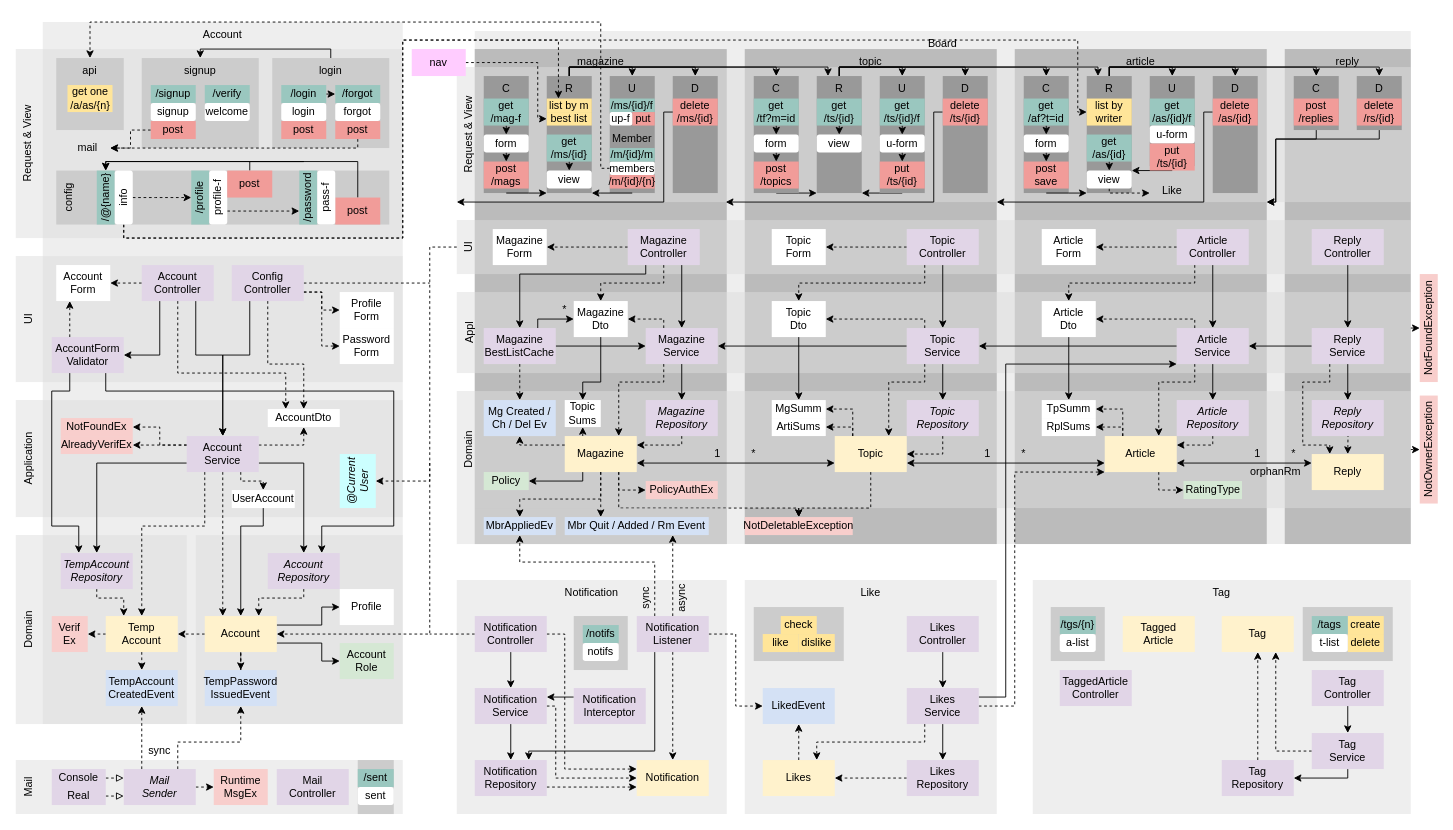
Before: diagram.drawio in suloginscene/dinner, a draw.io diagram. Source tidied: cells renumbered, new cells numbered last; positions are measured from the earlier drawing's top-left corner, leaving out a move shared by most shapes. Both pictures are drawn from the tidied source at 90%, with x=0, y=0 at pixel (15, 22).
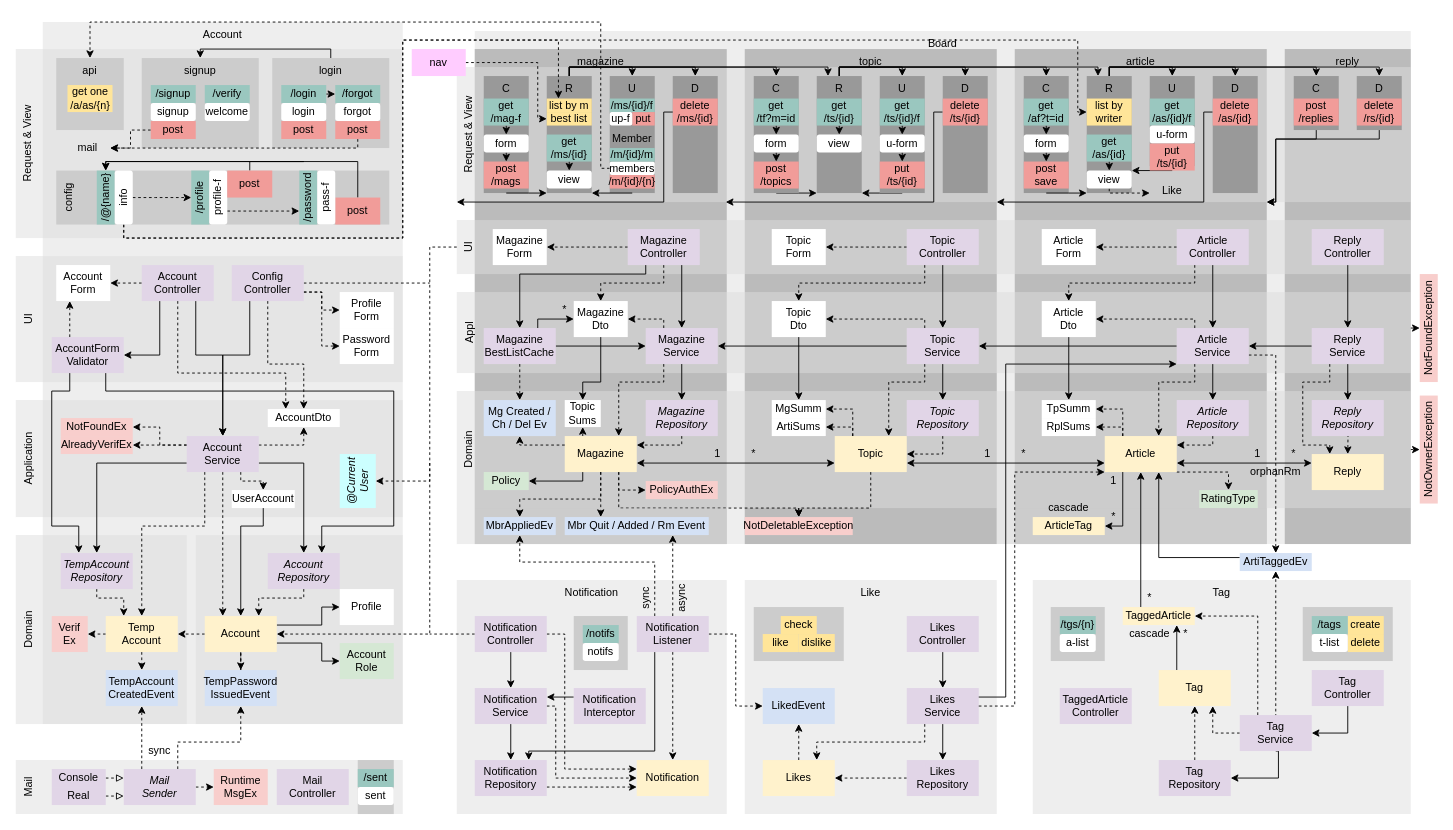
Above is the later version.

Unchanged cells that the change refers to:
```xml
<mxCell id="160" value="Article&lt;br&gt;Service" style="rounded=0;whiteSpace=wrap;html=1;strokeColor=none;fillColor=#E1D5E7;" parent="1" vertex="1">
  <mxGeometry x="1290" y="340" width="80" height="40" as="geometry" />
</mxCell>
<mxCell id="167" value="Article" style="rounded=0;whiteSpace=wrap;html=1;strokeColor=none;fillColor=#FFF2CC;" parent="1" vertex="1">
  <mxGeometry x="1210" y="460" width="80" height="40" as="geometry" />
</mxCell>
<mxCell id="305" value="Likes&lt;br&gt;Service" style="rounded=0;whiteSpace=wrap;html=1;strokeColor=none;fillColor=#E1D5E7;" parent="1" vertex="1">
  <mxGeometry x="990" y="740" width="80" height="40" as="geometry" />
</mxCell>
<mxCell id="354" value="Tag&lt;br&gt;Controller" style="rounded=0;whiteSpace=wrap;html=1;strokeColor=none;fillColor=#E1D5E7;" parent="1" vertex="1">
  <mxGeometry x="1440" y="720" width="80" height="40" as="geometry" />
</mxCell>
```

What changed in the source:
```diff
@@
+    <mxCell id="371" style="edgeStyle=orthogonalEdgeStyle;rounded=0;jettySize=auto;html=1;exitX=1;exitY=0.75;exitDx=0;exitDy=0;dashed=1;" parent="1" edge="1" source="160" target="382">
+      <mxGeometry relative="1" as="geometry" />
+    </mxCell>
@@
-    <mxCell id="164" style="edgeStyle=orthogonalEdgeStyle;rounded=0;jettySize=auto;html=1;exitX=0.75;exitY=1;exitDx=0;exitDy=0;entryX=0;entryY=0.5;entryDx=0;entryDy=0;dashed=1;" parent="1" edge="1" source="167" target="340">
+    <mxCell id="164" style="edgeStyle=orthogonalEdgeStyle;rounded=0;jettySize=auto;html=1;exitX=1;exitY=1;exitDx=0;exitDy=0;entryX=0.5;entryY=0;entryDx=0;entryDy=0;dashed=1;" parent="1" edge="1" source="167" target="340">
       <mxGeometry relative="1" as="geometry">
         <Array as="points">
-          <mxPoint x="1270" y="520" />
+          <mxPoint x="1348" y="500" />
         </Array>
       </mxGeometry>
     </mxCell>
@@
-    <mxCell id="302" style="edgeStyle=orthogonalEdgeStyle;rounded=0;jettySize=auto;html=1;exitX=1;exitY=0.25;exitDx=0;exitDy=0;entryX=0;entryY=1;entryDx=0;entryDy=0;endArrow=classic;endFill=1;" parent="1" edge="1" source="305" target="160">
-      <mxGeometry relative="1" as="geometry">
-        <Array as="points">
-          <mxPoint x="1100" y="750" />
-          <mxPoint x="1100" y="380" />
-        </Array>
-      </mxGeometry>
-    </mxCell>
-    <mxCell id="303" style="edgeStyle=orthogonalEdgeStyle;rounded=0;jettySize=auto;html=1;exitX=1;exitY=0.5;exitDx=0;exitDy=0;entryX=0;entryY=1;entryDx=0;entryDy=0;dashed=1;" parent="1" edge="1" source="305" target="167">
-      <mxGeometry relative="1" as="geometry">
-        <Array as="points">
-          <mxPoint x="1110" y="760" />
-          <mxPoint x="1110" y="500" />
-        </Array>
-      </mxGeometry>
-    </mxCell>
@@
     <mxCell id="340" value="RatingType" style="rounded=0;whiteSpace=wrap;html=1;strokeColor=none;fillColor=#D5E8D4;" parent="1" vertex="1">
-      <mxGeometry x="1297.5" y="510" width="65" height="20" as="geometry" />
+      <mxGeometry x="1315" y="520" width="65" height="20" as="geometry" />
     </mxCell>
@@
-    <mxCell id="353" style="edgeStyle=orthogonalEdgeStyle;rounded=0;jettySize=auto;html=1;exitX=0.5;exitY=1;exitDx=0;exitDy=0;entryX=0.5;entryY=0;entryDx=0;entryDy=0;" parent="1" edge="1" source="354" target="361">
+    <mxCell id="353" style="edgeStyle=orthogonalEdgeStyle;rounded=0;jettySize=auto;html=1;exitX=0.5;exitY=1;exitDx=0;exitDy=0;entryX=1;entryY=0.5;entryDx=0;entryDy=0;" parent="1" edge="1" source="354" target="361">
       <mxGeometry relative="1" as="geometry" />
     </mxCell>
@@
+    <mxCell id="372" style="edgeStyle=orthogonalEdgeStyle;rounded=0;jettySize=auto;html=1;exitX=0.25;exitY=0;exitDx=0;exitDy=0;entryX=0.75;entryY=1;entryDx=0;entryDy=0;" parent="1" edge="1" source="355" target="384">
+      <mxGeometry relative="1" as="geometry" />
+    </mxCell>
     <mxCell id="355" value="Tag" style="rounded=0;whiteSpace=wrap;html=1;strokeColor=none;fillColor=#FFF2CC;" parent="1" vertex="1">
-      <mxGeometry x="1340" y="660" width="80" height="40" as="geometry" />
+      <mxGeometry x="1270" y="720" width="80" height="40" as="geometry" />
     </mxCell>
-    <mxCell id="356" value="Tagged&lt;br&gt;Article" style="rounded=0;whiteSpace=wrap;html=1;strokeColor=none;fillColor=#FFF2CC;" parent="1" vertex="1">
-      <mxGeometry x="1230" y="660" width="80" height="40" as="geometry" />
-    </mxCell>
@@
     <mxCell id="358" value="Tag&lt;br&gt;Repository" style="rounded=0;whiteSpace=wrap;html=1;strokeColor=none;fillColor=#E1D5E7;" parent="1" vertex="1">
-      <mxGeometry x="1340" y="820" width="80" height="40" as="geometry" />
+      <mxGeometry x="1270" y="820" width="80" height="40" as="geometry" />
     </mxCell>
     <mxCell id="359" style="edgeStyle=orthogonalEdgeStyle;rounded=0;jettySize=auto;html=1;exitX=0.5;exitY=1;exitDx=0;exitDy=0;entryX=1;entryY=0.5;entryDx=0;entryDy=0;" parent="1" edge="1" source="361" target="358">
       <mxGeometry relative="1" as="geometry">
         <Array as="points">
-          <mxPoint x="1480" y="840" />
+          <mxPoint x="1403" y="840" />
         </Array>
       </mxGeometry>
     </mxCell>
@@
+    <mxCell id="373" style="edgeStyle=orthogonalEdgeStyle;rounded=0;jettySize=auto;html=1;exitX=0.5;exitY=0;exitDx=0;exitDy=0;entryX=0.5;entryY=1;entryDx=0;entryDy=0;dashed=1;" parent="1" edge="1" source="361" target="382">
+      <mxGeometry relative="1" as="geometry">
+        <Array as="points">
+          <mxPoint x="1400" y="780" />
+          <mxPoint x="1400" y="780" />
+        </Array>
+      </mxGeometry>
+    </mxCell>
+    <mxCell id="374" style="edgeStyle=orthogonalEdgeStyle;rounded=0;jettySize=auto;html=1;exitX=0.25;exitY=0;exitDx=0;exitDy=0;entryX=1;entryY=0.5;entryDx=0;entryDy=0;dashed=1;" parent="1" edge="1" source="361" target="384">
+      <mxGeometry relative="1" as="geometry" />
+    </mxCell>
     <mxCell id="361" value="Tag&lt;br&gt;Service" style="rounded=0;whiteSpace=wrap;html=1;strokeColor=none;fillColor=#E1D5E7;" parent="1" vertex="1">
-      <mxGeometry x="1440" y="790" width="80" height="40" as="geometry" />
+      <mxGeometry x="1360" y="770" width="80" height="40" as="geometry" />
     </mxCell>
@@
     <mxCell id="367" value="TaggedArticle&lt;br&gt;Controller" style="rounded=0;whiteSpace=wrap;html=1;strokeColor=none;fillColor=#E1D5E7;" parent="1" vertex="1">
-      <mxGeometry x="1160" y="720" width="80" height="40" as="geometry" />
+      <mxGeometry x="1160" y="740" width="80" height="40" as="geometry" />
     </mxCell>
@@
+    <mxCell id="375" style="rounded=0;whiteSpace=wrap;html=1;verticalAlign=top;fillColor=#DDDDDD;strokeColor=none;align=center;horizontal=0;opacity=50;" parent="1" vertex="1">
+      <mxGeometry x="1090" y="540" width="300" height="40" as="geometry" />
+    </mxCell>
+    <mxCell id="376" value="1" style="rounded=1;whiteSpace=wrap;html=1;strokeColor=none;fillColor=none;" parent="1" vertex="1">
+      <mxGeometry x="1210" y="500" width="20" height="20" as="geometry" />
+    </mxCell>
+    <mxCell id="377" value="*" style="rounded=1;whiteSpace=wrap;html=1;strokeColor=none;fillColor=none;" parent="1" vertex="1">
+      <mxGeometry x="1210" y="540" width="20" height="20" as="geometry" />
+    </mxCell>
+    <mxCell id="378" value="cascade" style="rounded=1;whiteSpace=wrap;html=1;strokeColor=none;fillColor=none;" parent="1" vertex="1">
+      <mxGeometry x="1130" y="530" width="80" height="20" as="geometry" />
+    </mxCell>
+    <mxCell id="379" value="ArticleTag" style="rounded=0;whiteSpace=wrap;html=1;strokeColor=none;fillColor=#FFF2CC;" parent="1" vertex="1">
+      <mxGeometry x="1130" y="550" width="80" height="20" as="geometry" />
+    </mxCell>
+    <mxCell id="380" style="edgeStyle=orthogonalEdgeStyle;rounded=0;jettySize=auto;html=1;exitX=0.25;exitY=1;exitDx=0;exitDy=0;entryX=1;entryY=0.5;entryDx=0;entryDy=0;" parent="1" edge="1" source="167" target="379">
+      <mxGeometry relative="1" as="geometry" />
+    </mxCell>
+    <mxCell id="302" style="edgeStyle=orthogonalEdgeStyle;rounded=0;jettySize=auto;html=1;exitX=1;exitY=0.25;exitDx=0;exitDy=0;entryX=0;entryY=1;entryDx=0;entryDy=0;endArrow=classic;endFill=1;" parent="1" edge="1" source="305" target="160">
+      <mxGeometry relative="1" as="geometry">
+        <Array as="points">
+          <mxPoint x="1100" y="750" />
+          <mxPoint x="1100" y="380" />
+        </Array>
+      </mxGeometry>
+    </mxCell>
+    <mxCell id="303" style="edgeStyle=orthogonalEdgeStyle;rounded=0;jettySize=auto;html=1;exitX=1;exitY=0.5;exitDx=0;exitDy=0;entryX=0;entryY=1;entryDx=0;entryDy=0;dashed=1;" parent="1" edge="1" source="305" target="167">
+      <mxGeometry relative="1" as="geometry">
+        <Array as="points">
+          <mxPoint x="1110" y="760" />
+          <mxPoint x="1110" y="500" />
+        </Array>
+      </mxGeometry>
+    </mxCell>
+    <mxCell id="381" style="edgeStyle=orthogonalEdgeStyle;rounded=0;jettySize=auto;html=1;exitX=0;exitY=0.25;exitDx=0;exitDy=0;entryX=0.75;entryY=1;entryDx=0;entryDy=0;" parent="1" edge="1" source="382" target="167">
+      <mxGeometry relative="1" as="geometry" />
+    </mxCell>
+    <mxCell id="382" value="ArtiTaggedEv" style="rounded=0;whiteSpace=wrap;html=1;strokeColor=none;fillColor=#D4E1F5;" parent="1" vertex="1">
+      <mxGeometry x="1360" y="590" width="80" height="20" as="geometry" />
+    </mxCell>
+    <mxCell id="383" style="edgeStyle=orthogonalEdgeStyle;rounded=0;jettySize=auto;html=1;exitX=0.25;exitY=0;exitDx=0;exitDy=0;entryX=0.5;entryY=1;entryDx=0;entryDy=0;" parent="1" edge="1" source="384" target="167">
+      <mxGeometry relative="1" as="geometry" />
+    </mxCell>
+    <mxCell id="384" value="TaggedArticle" style="rounded=0;whiteSpace=wrap;html=1;strokeColor=none;fillColor=#FFF2CC;" parent="1" vertex="1">
+      <mxGeometry x="1230" y="650" width="80" height="20" as="geometry" />
+    </mxCell>
+    <mxCell id="385" value="*" style="rounded=1;whiteSpace=wrap;html=1;strokeColor=none;fillColor=none;" parent="1" vertex="1">
+      <mxGeometry x="1250" y="630" width="20" height="20" as="geometry" />
+    </mxCell>
+    <mxCell id="386" value="*" style="rounded=1;whiteSpace=wrap;html=1;strokeColor=none;fillColor=none;" parent="1" vertex="1">
+      <mxGeometry x="1290" y="670" width="20" height="20" as="geometry" />
+    </mxCell>
+    <mxCell id="387" value="cascade" style="rounded=1;whiteSpace=wrap;html=1;strokeColor=none;fillColor=none;" parent="1" vertex="1">
+      <mxGeometry x="1230" y="670" width="60" height="20" as="geometry" />
+    </mxCell>
```
